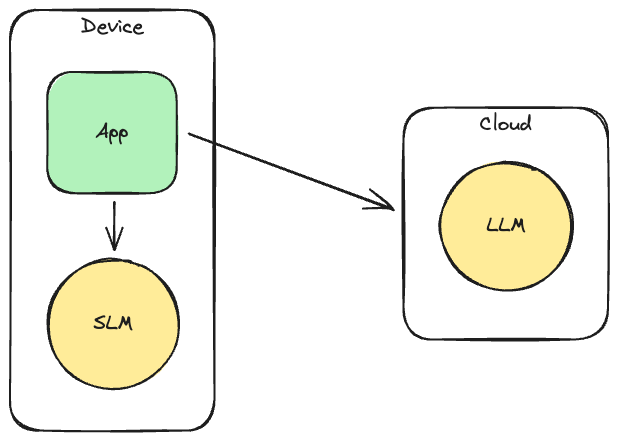
This is zurich-azure-ug-2024-2/graphics/slm.excalidraw.png from filipw/filipw.github.io, a Excalidraw export, as it was before one commit. Source tidied: one line per element, renumbered; positions are measured from the earlier drawing's top-left corner, leaving out a move shared by most shapes. Its diagram source:
```json
{"id": 0, "type": "rectangle", "strokeColor": "#1e1e1e", "strokeWidth": 2, "roughness": 1, "round": true, "x": 0, "y": 0, "width": 204, "height": 421}
{"id": 1, "type": "text", "text": "Device", "strokeColor": "#1e1e1e", "strokeWidth": 2, "roughness": 1, "fontSize": 20, "fontFamily": 1, "textAlign": "center", "inside": 0, "x": 71, "y": 5, "width": 62, "height": 25}
{"id": 2, "type": "rectangle", "strokeColor": "#1e1e1e", "backgroundColor": "#b2f2bb", "fillStyle": "solid", "strokeWidth": 2, "roughness": 1, "round": true, "x": 37, "y": 62, "width": 129, "height": 121}
{"id": 3, "type": "text", "text": "App", "strokeColor": "#1e1e1e", "strokeWidth": 2, "roughness": 1, "fontSize": 20, "fontFamily": 1, "textAlign": "center", "verticalAlign": "middle", "inside": 2, "x": 86, "y": 110, "width": 33, "height": 25}
{"id": 4, "type": "ellipse", "strokeColor": "#1e1e1e", "backgroundColor": "#ffec99", "fillStyle": "solid", "strokeWidth": 2, "roughness": 1, "round": true, "x": 37, "y": 250, "width": 132, "height": 129}
{"id": 5, "type": "text", "text": "SLM", "strokeColor": "#1e1e1e", "backgroundColor": "#ffec99", "fillStyle": "solid", "strokeWidth": 2, "roughness": 1, "fontSize": 20, "fontFamily": 1, "textAlign": "center", "verticalAlign": "middle", "inside": 4, "x": 84, "y": 302, "width": 39, "height": 25}
{"id": 6, "type": "ellipse", "strokeColor": "#1e1e1e", "backgroundColor": "#ffec99", "fillStyle": "solid", "strokeWidth": 2, "roughness": 1, "round": true, "x": 430, "y": 152, "width": 132, "height": 129}
{"id": 7, "type": "text", "text": "LLM", "strokeColor": "#1e1e1e", "backgroundColor": "#ffec99", "fillStyle": "solid", "strokeWidth": 2, "roughness": 1, "fontSize": 20, "fontFamily": 1, "textAlign": "center", "verticalAlign": "middle", "inside": 6, "x": 477, "y": 204, "width": 39, "height": 25}
{"id": 8, "type": "arrow", "strokeColor": "#1e1e1e", "backgroundColor": "#ffec99", "fillStyle": "solid", "strokeWidth": 2, "roughness": 1, "endArrowhead": "arrow", "round": true, "from": 2, "to": 10, "x": 180, "y": 125, "width": 204, "height": 75, "points": [[0, 0], [204, 75]]}
{"id": 9, "type": "arrow", "strokeColor": "#1e1e1e", "backgroundColor": "#ffec99", "fillStyle": "solid", "strokeWidth": 2, "roughness": 1, "endArrowhead": "arrow", "round": true, "from": 2, "to": 4, "x": 105, "y": 192, "width": 0, "height": 48, "points": [[0, 0], [0, 48]]}
{"id": 10, "type": "rectangle", "strokeColor": "#1e1e1e", "strokeWidth": 2, "roughness": 1, "round": true, "x": 393, "y": 98, "width": 204, "height": 232}
{"id": 11, "type": "text", "text": "Cloud", "strokeColor": "#1e1e1e", "strokeWidth": 2, "roughness": 1, "fontSize": 20, "fontFamily": 1, "textAlign": "center", "inside": 10, "x": 470, "y": 103, "width": 52, "height": 25}
```
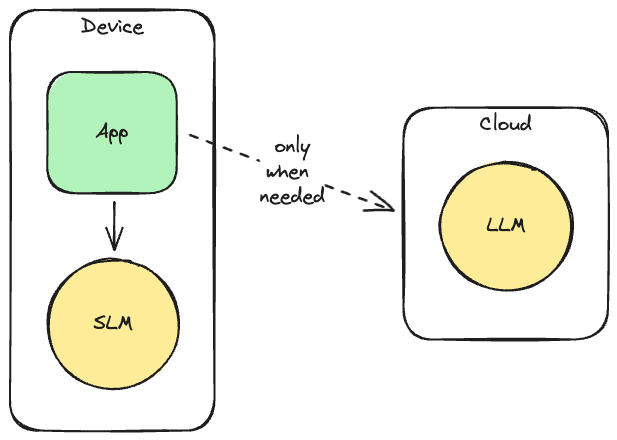
After the commit.

Change to the diagram source:
```diff
@@ -6,7 +6,8 @@
 {"id": 5, "type": "text", "text": "SLM", "strokeColor": "#1e1e1e", "backgroundColor": "#ffec99", "fillStyle": "solid", "strokeWidth": 2, "roughness": 1, "fontSize": 20, "fontFamily": 1, "textAlign": "center", "verticalAlign": "middle", "inside": 4, "x": 84, "y": 302, "width": 39, "height": 25}
 {"id": 6, "type": "ellipse", "strokeColor": "#1e1e1e", "backgroundColor": "#ffec99", "fillStyle": "solid", "strokeWidth": 2, "roughness": 1, "round": true, "x": 430, "y": 152, "width": 132, "height": 129}
 {"id": 7, "type": "text", "text": "LLM", "strokeColor": "#1e1e1e", "backgroundColor": "#ffec99", "fillStyle": "solid", "strokeWidth": 2, "roughness": 1, "fontSize": 20, "fontFamily": 1, "textAlign": "center", "verticalAlign": "middle", "inside": 6, "x": 477, "y": 204, "width": 39, "height": 25}
-{"id": 8, "type": "arrow", "strokeColor": "#1e1e1e", "backgroundColor": "#ffec99", "fillStyle": "solid", "strokeWidth": 2, "roughness": 1, "endArrowhead": "arrow", "round": true, "from": 2, "to": 10, "x": 180, "y": 125, "width": 204, "height": 75, "points": [[0, 0], [204, 75]]}
+{"id": 8, "type": "arrow", "strokeColor": "#1e1e1e", "backgroundColor": "#ffec99", "fillStyle": "solid", "strokeWidth": 2, "strokeStyle": "dashed", "roughness": 1, "endArrowhead": "arrow", "round": true, "from": 2, "to": 10, "x": 180, "y": 125, "width": 204, "height": 75, "points": [[0, 0], [204, 75]]}
+{"id": 12, "type": "text", "text": "only\nwhen \nneeded", "strokeColor": "#1e1e1e", "strokeWidth": 2, "strokeStyle": "dashed", "roughness": 1, "fontSize": 20, "fontFamily": 1, "textAlign": "center", "verticalAlign": "middle", "inside": 8, "x": 250, "y": 125, "width": 65, "height": 75}
 {"id": 9, "type": "arrow", "strokeColor": "#1e1e1e", "backgroundColor": "#ffec99", "fillStyle": "solid", "strokeWidth": 2, "roughness": 1, "endArrowhead": "arrow", "round": true, "from": 2, "to": 4, "x": 105, "y": 192, "width": 0, "height": 48, "points": [[0, 0], [0, 48]]}
 {"id": 10, "type": "rectangle", "strokeColor": "#1e1e1e", "strokeWidth": 2, "roughness": 1, "round": true, "x": 393, "y": 98, "width": 204, "height": 232}
 {"id": 11, "type": "text", "text": "Cloud", "strokeColor": "#1e1e1e", "strokeWidth": 2, "roughness": 1, "fontSize": 20, "fontFamily": 1, "textAlign": "center", "inside": 10, "x": 470, "y": 103, "width": 52, "height": 25}
```
